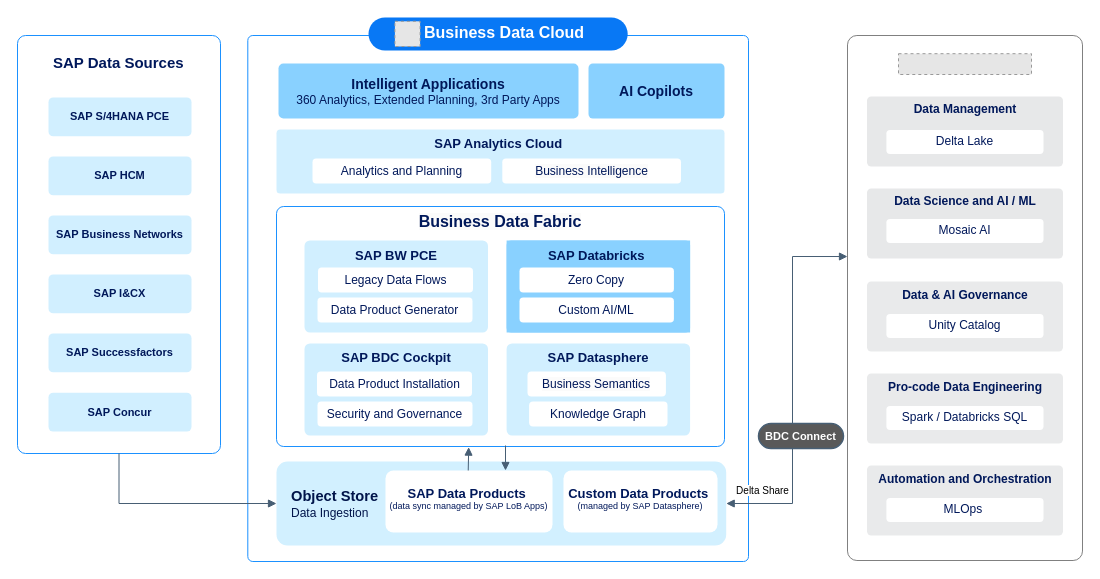
Before: docs/ref-arch/RA0013/5-sap-databricks-in-business-data-cloud/drawio/bdc-databricks-brownfield.drawio in SAP/architecture-center, a draw.io diagram. Source tidied: cells renumbered, new cells numbered last; positions are measured from the earlier drawing's top-left corner, leaving out a move shared by most shapes. Both pictures are drawn from the tidied source at 100%, with x=0, y=0 at pixel (17, 17). Pictures stored in the file or linked from it are replaced by grey dashed boxes.
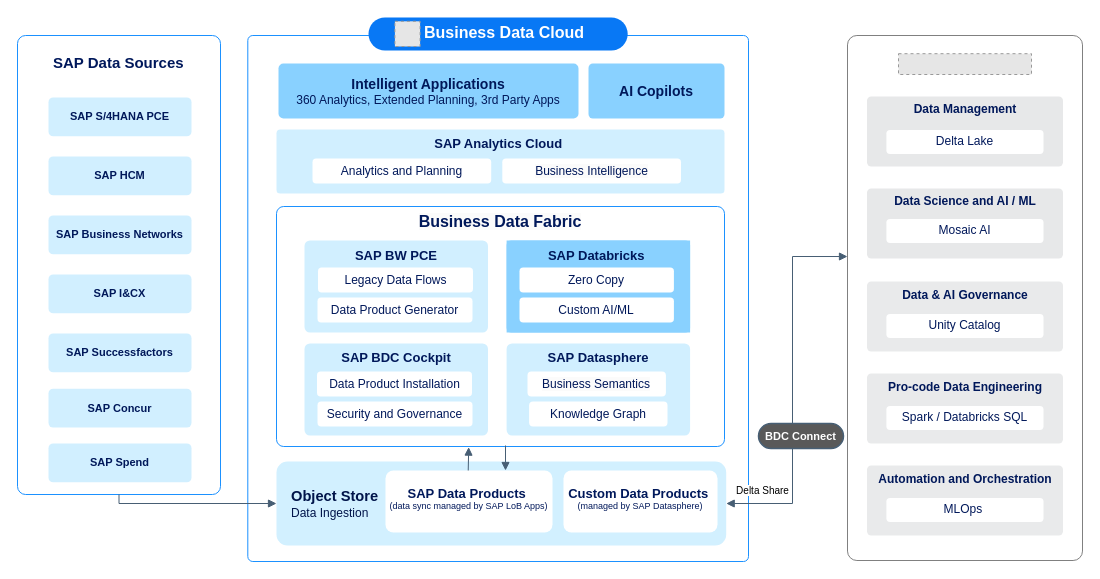
Above is the later version.

Change to the diagram source:
```diff
@@
     <mxCell id="6" style="rounded=1;whiteSpace=wrap;html=1;align=center;fontStyle=1;verticalAlign=middle;strokeColor=light-dark(#1b91ff, #6a6a6a);fillColor=default;strokeWidth=1;fontSize=12;fontFamily=Helvetica;fontColor=default;arcSize=4;" parent="1" vertex="1">
-      <mxGeometry y="18" width="203" height="418" as="geometry" />
+      <mxGeometry y="18" width="203" height="459" as="geometry" />
     </mxCell>
@@
     <mxCell id="33" value="&lt;font&gt;&lt;span&gt;SAP Concur&lt;/span&gt;&lt;/font&gt;" style="rounded=1;whiteSpace=wrap;html=1;strokeColor=none;strokeWidth=1.5;fillColor=#D1EFFF;align=center;verticalAlign=middle;fontSize=11;fontFamily=Helvetica;fontColor=light-dark(#00185A,#CCDDFF);arcSize=12;flipV=0;flipH=1;fontStyle=1;gradientColor=none;gradientDirection=south;" parent="1" vertex="1">
-      <mxGeometry x="31" y="375.2" width="143" height="38.8" as="geometry" />
+      <mxGeometry x="31" y="371.2" width="143" height="38.8" as="geometry" />
     </mxCell>
@@
+    <mxCell id="58" value="&lt;font&gt;&lt;span&gt;SAP Spend&lt;/span&gt;&lt;/font&gt;" style="rounded=1;whiteSpace=wrap;html=1;strokeColor=none;strokeWidth=1.5;fillColor=#D1EFFF;align=center;verticalAlign=middle;fontSize=11;fontFamily=Helvetica;fontColor=light-dark(#00185A,#CCDDFF);arcSize=12;flipV=0;flipH=1;fontStyle=1;gradientColor=none;gradientDirection=south;" parent="1" vertex="1">
+      <mxGeometry x="31" y="426" width="143" height="38.8" as="geometry" />
+    </mxCell>
```
